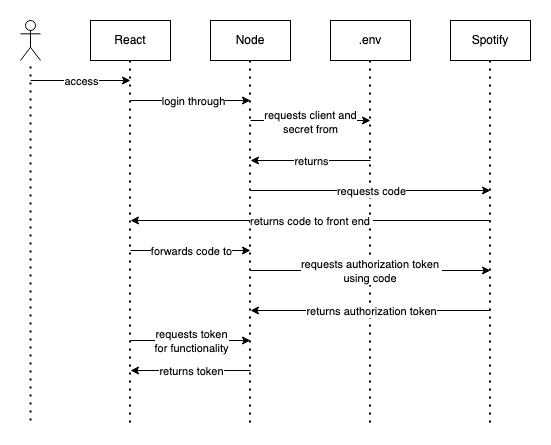
Before: Spotify.drawio.png, a diagram exported from draw.io (rhy2781/spotify). Source tidied: cells renumbered, new cells last; positions are measured from the earlier drawing's top-left corner, leaving out a move shared by most shapes. Its diagram source:
```xml
<mxGraphModel>
  <root>
    <mxCell id="0" />
    <mxCell id="1" parent="0" />
    <mxCell id="2" value=".env" style="rounded=0;whiteSpace=wrap;html=1;" parent="1" vertex="1">
      <mxGeometry x="310" width="80" height="40" as="geometry" />
    </mxCell>
    <mxCell id="3" value="React" style="rounded=0;whiteSpace=wrap;html=1;" parent="1" vertex="1">
      <mxGeometry x="70" width="80" height="40" as="geometry" />
    </mxCell>
    <mxCell id="4" value="Node" style="rounded=0;whiteSpace=wrap;html=1;" parent="1" vertex="1">
      <mxGeometry x="190" width="80" height="40" as="geometry" />
    </mxCell>
    <mxCell id="5" value="Spotify" style="rounded=0;whiteSpace=wrap;html=1;" parent="1" vertex="1">
      <mxGeometry x="430" width="80" height="40" as="geometry" />
    </mxCell>
    <mxCell id="6" style="endArrow=none;dashed=1;html=1;dashPattern=1 3;strokeWidth=2;rounded=0;" parent="1" edge="1">
      <mxGeometry relative="1" as="geometry">
        <mxPoint x="349.5" y="402" as="sourcePoint" />
        <mxPoint x="349.5" y="40" as="targetPoint" />
      </mxGeometry>
    </mxCell>
    <mxCell id="7" style="endArrow=none;dashed=1;html=1;dashPattern=1 3;strokeWidth=2;rounded=0;" parent="1" edge="1">
      <mxGeometry relative="1" as="geometry">
        <mxPoint x="109.5" y="402" as="sourcePoint" />
        <mxPoint x="109.5" y="40" as="targetPoint" />
      </mxGeometry>
    </mxCell>
    <mxCell id="8" style="endArrow=none;dashed=1;html=1;dashPattern=1 3;strokeWidth=2;rounded=0;" parent="1" edge="1">
      <mxGeometry relative="1" as="geometry">
        <mxPoint x="229.5" y="402" as="sourcePoint" />
        <mxPoint x="229.5" y="40" as="targetPoint" />
      </mxGeometry>
    </mxCell>
    <mxCell id="9" style="endArrow=none;dashed=1;html=1;dashPattern=1 3;strokeWidth=2;rounded=0;" parent="1" edge="1">
      <mxGeometry relative="1" as="geometry">
        <mxPoint x="469.5" y="402" as="sourcePoint" />
        <mxPoint x="469.5" y="40" as="targetPoint" />
      </mxGeometry>
    </mxCell>
    <mxCell id="10" style="endArrow=classic;html=1;rounded=0;" parent="1" edge="1">
      <mxGeometry relative="1" as="geometry">
        <mxPoint x="110" y="80" as="sourcePoint" />
        <mxPoint x="230" y="80" as="targetPoint" />
      </mxGeometry>
    </mxCell>
    <mxCell id="11" value="login through" style="edgeLabel;html=1;align=center;verticalAlign=middle;" parent="10" vertex="1">
      <mxGeometry x="0.03" relative="1" as="geometry" />
    </mxCell>
    <mxCell id="12" style="endArrow=classic;html=1;rounded=0;" parent="1" edge="1">
      <mxGeometry relative="1" as="geometry">
        <mxPoint x="230" y="100" as="sourcePoint" />
        <mxPoint x="350" y="100" as="targetPoint" />
      </mxGeometry>
    </mxCell>
    <mxCell id="13" value="requests client and&lt;br&gt;secret from" style="edgeLabel;html=1;align=center;verticalAlign=middle;" parent="12" vertex="1">
      <mxGeometry x="-0.02" y="-1" relative="1" as="geometry" />
    </mxCell>
    <mxCell id="14" style="endArrow=classic;html=1;rounded=0;" parent="1" edge="1">
      <mxGeometry relative="1" as="geometry">
        <mxPoint x="350" y="140" as="sourcePoint" />
        <mxPoint x="230" y="140" as="targetPoint" />
      </mxGeometry>
    </mxCell>
    <mxCell id="15" value="returns" style="edgeLabel;html=1;align=center;verticalAlign=middle;" parent="14" vertex="1">
      <mxGeometry relative="1" as="geometry" />
    </mxCell>
    <mxCell id="16" style="endArrow=classic;html=1;rounded=0;" parent="1" edge="1">
      <mxGeometry relative="1" as="geometry">
        <mxPoint x="230" y="170" as="sourcePoint" />
        <mxPoint x="470" y="170" as="targetPoint" />
      </mxGeometry>
    </mxCell>
    <mxCell id="17" value="requests code" style="edgeLabel;html=1;align=center;verticalAlign=middle;" parent="16" vertex="1">
      <mxGeometry relative="1" as="geometry" />
    </mxCell>
    <mxCell id="18" style="endArrow=classic;html=1;rounded=0;" parent="1" edge="1">
      <mxGeometry relative="1" as="geometry">
        <mxPoint x="470" y="200" as="sourcePoint" />
        <mxPoint x="110" y="200" as="targetPoint" />
      </mxGeometry>
    </mxCell>
    <mxCell id="19" value="returns code to front end&amp;nbsp;" style="edgeLabel;html=1;align=center;verticalAlign=middle;" parent="18" vertex="1">
      <mxGeometry relative="1" as="geometry" />
    </mxCell>
    <mxCell id="20" style="endArrow=classic;html=1;rounded=0;" parent="1" edge="1">
      <mxGeometry relative="1" as="geometry">
        <mxPoint x="110" y="230" as="sourcePoint" />
        <mxPoint x="230" y="230" as="targetPoint" />
      </mxGeometry>
    </mxCell>
    <mxCell id="21" value="forwards code to" style="edgeLabel;html=1;align=center;verticalAlign=middle;" parent="20" vertex="1">
      <mxGeometry relative="1" as="geometry" />
    </mxCell>
    <mxCell id="22" style="endArrow=classic;html=1;rounded=0;" parent="1" edge="1">
      <mxGeometry relative="1" as="geometry">
        <mxPoint x="230" y="250" as="sourcePoint" />
        <mxPoint x="470" y="250" as="targetPoint" />
      </mxGeometry>
    </mxCell>
    <mxCell id="23" value="requests authorization token&amp;nbsp;&lt;br&gt;using code&amp;nbsp;" style="edgeLabel;html=1;align=center;verticalAlign=middle;" parent="22" vertex="1">
      <mxGeometry relative="1" as="geometry" />
    </mxCell>
    <mxCell id="24" style="endArrow=classic;html=1;rounded=0;" parent="1" edge="1">
      <mxGeometry relative="1" as="geometry">
        <mxPoint x="470" y="290" as="sourcePoint" />
        <mxPoint x="230" y="290" as="targetPoint" />
      </mxGeometry>
    </mxCell>
    <mxCell id="25" value="returns authorization token" style="edgeLabel;html=1;align=center;verticalAlign=middle;" parent="24" vertex="1">
      <mxGeometry relative="1" as="geometry" />
    </mxCell>
    <mxCell id="26" style="endArrow=classic;html=1;rounded=0;" parent="1" edge="1">
      <mxGeometry relative="1" as="geometry">
        <mxPoint x="110" y="320" as="sourcePoint" />
        <mxPoint x="230" y="320" as="targetPoint" />
      </mxGeometry>
    </mxCell>
    <mxCell id="27" value="requests token&lt;br&gt;for functionality" style="edgeLabel;html=1;align=center;verticalAlign=middle;" parent="26" vertex="1">
      <mxGeometry relative="1" as="geometry" />
    </mxCell>
    <mxCell id="28" style="endArrow=none;dashed=1;html=1;dashPattern=1 3;strokeWidth=2;rounded=0;" parent="1" edge="1" target="31">
      <mxGeometry relative="1" as="geometry">
        <mxPoint x="10" y="400" as="sourcePoint" />
      </mxGeometry>
    </mxCell>
    <mxCell id="29" style="endArrow=classic;html=1;rounded=0;" parent="1" edge="1">
      <mxGeometry relative="1" as="geometry">
        <mxPoint x="230" y="350" as="sourcePoint" />
        <mxPoint x="110" y="350" as="targetPoint" />
      </mxGeometry>
    </mxCell>
    <mxCell id="30" value="returns token" style="edgeLabel;html=1;align=center;verticalAlign=middle;" parent="29" vertex="1">
      <mxGeometry relative="1" as="geometry" />
    </mxCell>
    <mxCell id="31" style="shape=umlActor;verticalLabelPosition=bottom;verticalAlign=top;html=1;outlineConnect=0;" parent="1" vertex="1">
      <mxGeometry width="20" height="40" as="geometry" />
    </mxCell>
    <mxCell id="32" style="endArrow=classic;html=1;rounded=0;" parent="1" edge="1">
      <mxGeometry relative="1" as="geometry">
        <mxPoint x="10" y="60" as="sourcePoint" />
        <mxPoint x="110" y="60" as="targetPoint" />
      </mxGeometry>
    </mxCell>
    <mxCell id="33" value="access" style="edgeLabel;html=1;align=center;verticalAlign=middle;" parent="32" vertex="1">
      <mxGeometry relative="1" as="geometry" />
    </mxCell>
  </root>
</mxGraphModel>
```
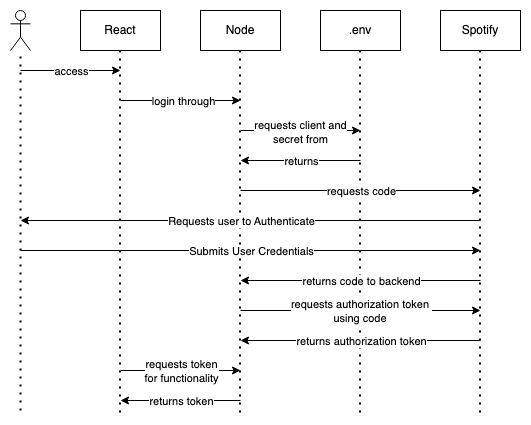
The same file after the commit.

Commit message:
updated sequence diagram to reflect proper authorizaiton code flow

The edit, as a diff of the source:
```diff
@@ -40,8 +40,8 @@
     </mxCell>
     <mxCell id="10" style="endArrow=classic;html=1;rounded=0;" parent="1" edge="1">
       <mxGeometry relative="1" as="geometry">
-        <mxPoint x="110" y="80" as="sourcePoint" />
-        <mxPoint x="230" y="80" as="targetPoint" />
+        <mxPoint x="110" y="90" as="sourcePoint" />
+        <mxPoint x="230" y="90" as="targetPoint" />
       </mxGeometry>
     </mxCell>
     <mxCell id="11" value="login through" style="edgeLabel;html=1;align=center;verticalAlign=middle;" parent="10" vertex="1">
@@ -49,8 +49,8 @@
     </mxCell>
     <mxCell id="12" style="endArrow=classic;html=1;rounded=0;" parent="1" edge="1">
       <mxGeometry relative="1" as="geometry">
-        <mxPoint x="230" y="100" as="sourcePoint" />
-        <mxPoint x="350" y="100" as="targetPoint" />
+        <mxPoint x="230" y="120" as="sourcePoint" />
+        <mxPoint x="350" y="120" as="targetPoint" />
       </mxGeometry>
     </mxCell>
     <mxCell id="13" value="requests client and&lt;br&gt;secret from" style="edgeLabel;html=1;align=center;verticalAlign=middle;" parent="12" vertex="1">
@@ -58,8 +58,8 @@
     </mxCell>
     <mxCell id="14" style="endArrow=classic;html=1;rounded=0;" parent="1" edge="1">
       <mxGeometry relative="1" as="geometry">
-        <mxPoint x="350" y="140" as="sourcePoint" />
-        <mxPoint x="230" y="140" as="targetPoint" />
+        <mxPoint x="350" y="150" as="sourcePoint" />
+        <mxPoint x="230" y="150" as="targetPoint" />
       </mxGeometry>
     </mxCell>
     <mxCell id="15" value="returns" style="edgeLabel;html=1;align=center;verticalAlign=middle;" parent="14" vertex="1">
@@ -67,8 +67,8 @@
     </mxCell>
     <mxCell id="16" style="endArrow=classic;html=1;rounded=0;" parent="1" edge="1">
       <mxGeometry relative="1" as="geometry">
-        <mxPoint x="230" y="170" as="sourcePoint" />
-        <mxPoint x="470" y="170" as="targetPoint" />
+        <mxPoint x="230" y="180" as="sourcePoint" />
+        <mxPoint x="470" y="180" as="targetPoint" />
       </mxGeometry>
     </mxCell>
     <mxCell id="17" value="requests code" style="edgeLabel;html=1;align=center;verticalAlign=middle;" parent="16" vertex="1">
@@ -76,26 +76,17 @@
     </mxCell>
     <mxCell id="18" style="endArrow=classic;html=1;rounded=0;" parent="1" edge="1">
       <mxGeometry relative="1" as="geometry">
-        <mxPoint x="470" y="200" as="sourcePoint" />
-        <mxPoint x="110" y="200" as="targetPoint" />
+        <mxPoint x="470" y="270" as="sourcePoint" />
+        <mxPoint x="230" y="270" as="targetPoint" />
       </mxGeometry>
     </mxCell>
-    <mxCell id="19" value="returns code to front end&amp;nbsp;" style="edgeLabel;html=1;align=center;verticalAlign=middle;" parent="18" vertex="1">
+    <mxCell id="19" value="returns code to backend" style="edgeLabel;html=1;align=center;verticalAlign=middle;" parent="18" vertex="1">
       <mxGeometry relative="1" as="geometry" />
     </mxCell>
-    <mxCell id="20" style="endArrow=classic;html=1;rounded=0;" parent="1" edge="1">
-      <mxGeometry relative="1" as="geometry">
-        <mxPoint x="110" y="230" as="sourcePoint" />
-        <mxPoint x="230" y="230" as="targetPoint" />
-      </mxGeometry>
-    </mxCell>
-    <mxCell id="21" value="forwards code to" style="edgeLabel;html=1;align=center;verticalAlign=middle;" parent="20" vertex="1">
-      <mxGeometry relative="1" as="geometry" />
-    </mxCell>
     <mxCell id="22" style="endArrow=classic;html=1;rounded=0;" parent="1" edge="1">
       <mxGeometry relative="1" as="geometry">
-        <mxPoint x="230" y="250" as="sourcePoint" />
-        <mxPoint x="470" y="250" as="targetPoint" />
+        <mxPoint x="230" y="300" as="sourcePoint" />
+        <mxPoint x="470" y="300" as="targetPoint" />
       </mxGeometry>
     </mxCell>
     <mxCell id="23" value="requests authorization token&amp;nbsp;&lt;br&gt;using code&amp;nbsp;" style="edgeLabel;html=1;align=center;verticalAlign=middle;" parent="22" vertex="1">
@@ -103,8 +94,8 @@
     </mxCell>
     <mxCell id="24" style="endArrow=classic;html=1;rounded=0;" parent="1" edge="1">
       <mxGeometry relative="1" as="geometry">
-        <mxPoint x="470" y="290" as="sourcePoint" />
-        <mxPoint x="230" y="290" as="targetPoint" />
+        <mxPoint x="470" y="330" as="sourcePoint" />
+        <mxPoint x="230" y="330" as="targetPoint" />
       </mxGeometry>
     </mxCell>
     <mxCell id="25" value="returns authorization token" style="edgeLabel;html=1;align=center;verticalAlign=middle;" parent="24" vertex="1">
@@ -112,8 +103,8 @@
     </mxCell>
     <mxCell id="26" style="endArrow=classic;html=1;rounded=0;" parent="1" edge="1">
       <mxGeometry relative="1" as="geometry">
-        <mxPoint x="110" y="320" as="sourcePoint" />
-        <mxPoint x="230" y="320" as="targetPoint" />
+        <mxPoint x="110" y="360" as="sourcePoint" />
+        <mxPoint x="230" y="360" as="targetPoint" />
       </mxGeometry>
     </mxCell>
     <mxCell id="27" value="requests token&lt;br&gt;for functionality" style="edgeLabel;html=1;align=center;verticalAlign=middle;" parent="26" vertex="1">
@@ -126,8 +117,8 @@
     </mxCell>
     <mxCell id="29" style="endArrow=classic;html=1;rounded=0;" parent="1" edge="1">
       <mxGeometry relative="1" as="geometry">
-        <mxPoint x="230" y="350" as="sourcePoint" />
-        <mxPoint x="110" y="350" as="targetPoint" />
+        <mxPoint x="230" y="390" as="sourcePoint" />
+        <mxPoint x="110" y="390" as="targetPoint" />
       </mxGeometry>
     </mxCell>
     <mxCell id="30" value="returns token" style="edgeLabel;html=1;align=center;verticalAlign=middle;" parent="29" vertex="1">
@@ -145,5 +136,25 @@
     <mxCell id="33" value="access" style="edgeLabel;html=1;align=center;verticalAlign=middle;" parent="32" vertex="1">
       <mxGeometry relative="1" as="geometry" />
     </mxCell>
+    <mxCell id="34" style="endArrow=classic;html=1;rounded=0;" parent="1" edge="1">
+      <mxGeometry relative="1" as="geometry">
+        <mxPoint x="470" y="210" as="sourcePoint" />
+        <mxPoint x="10" y="210" as="targetPoint" />
+      </mxGeometry>
+    </mxCell>
+    <mxCell id="35" value="Requests user to Authenticate" style="edgeLabel;html=1;align=center;verticalAlign=middle;" parent="34" vertex="1">
+      <mxGeometry relative="1" as="geometry">
+        <mxPoint x="-10" as="offset" />
+      </mxGeometry>
+    </mxCell>
+    <mxCell id="36" style="endArrow=classic;html=1;rounded=0;" parent="1" edge="1">
+      <mxGeometry relative="1" as="geometry">
+        <mxPoint x="10" y="240" as="sourcePoint" />
+        <mxPoint x="470" y="240" as="targetPoint" />
+      </mxGeometry>
+    </mxCell>
+    <mxCell id="37" value="Submits User Credentials" style="edgeLabel;html=1;align=center;verticalAlign=middle;" parent="36" vertex="1">
+      <mxGeometry relative="1" as="geometry" />
+    </mxCell>
   </root>
 </mxGraphModel>
```
